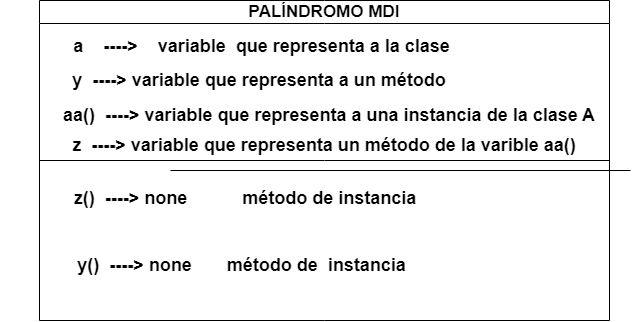
AlvaroGlezFdez/EjerciciosIndividuales14-03 keeps this draw.io diagram as UML_puzzle.drawio.png. Above is the earlier version. Source tidied: cells renumbered, new cells last; positions are measured from the earlier drawing's top-left corner, leaving out a move shared by most shapes.
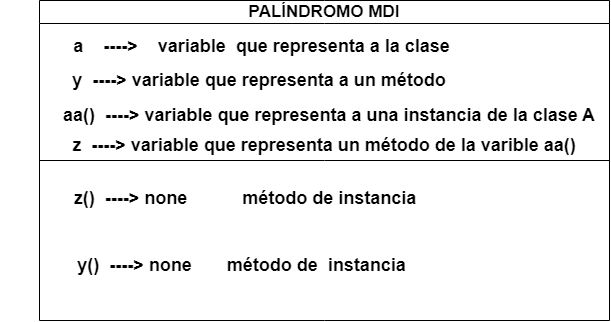
After the change.

What changed in the source:
```diff
@@ -26,11 +26,5 @@
     <mxCell id="9" style="endArrow=none;html=1;rounded=0;exitX=0;exitY=0.5;exitDx=0;exitDy=0;entryX=1;entryY=0.5;entryDx=0;entryDy=0;" parent="1" edge="1" source="2" target="2">
       <mxGeometry relative="1" as="geometry" />
     </mxCell>
-    <mxCell id="10" style="endArrow=none;html=1;rounded=0;exitX=0;exitY=0.5;exitDx=0;exitDy=0;entryX=1;entryY=0.5;entryDx=0;entryDy=0;" parent="1" edge="1">
-      <mxGeometry relative="1" as="geometry">
-        <mxPoint x="170" y="170" as="sourcePoint" />
-        <mxPoint x="630" y="170" as="targetPoint" />
-      </mxGeometry>
-    </mxCell>
   </root>
 </mxGraphModel>
```
